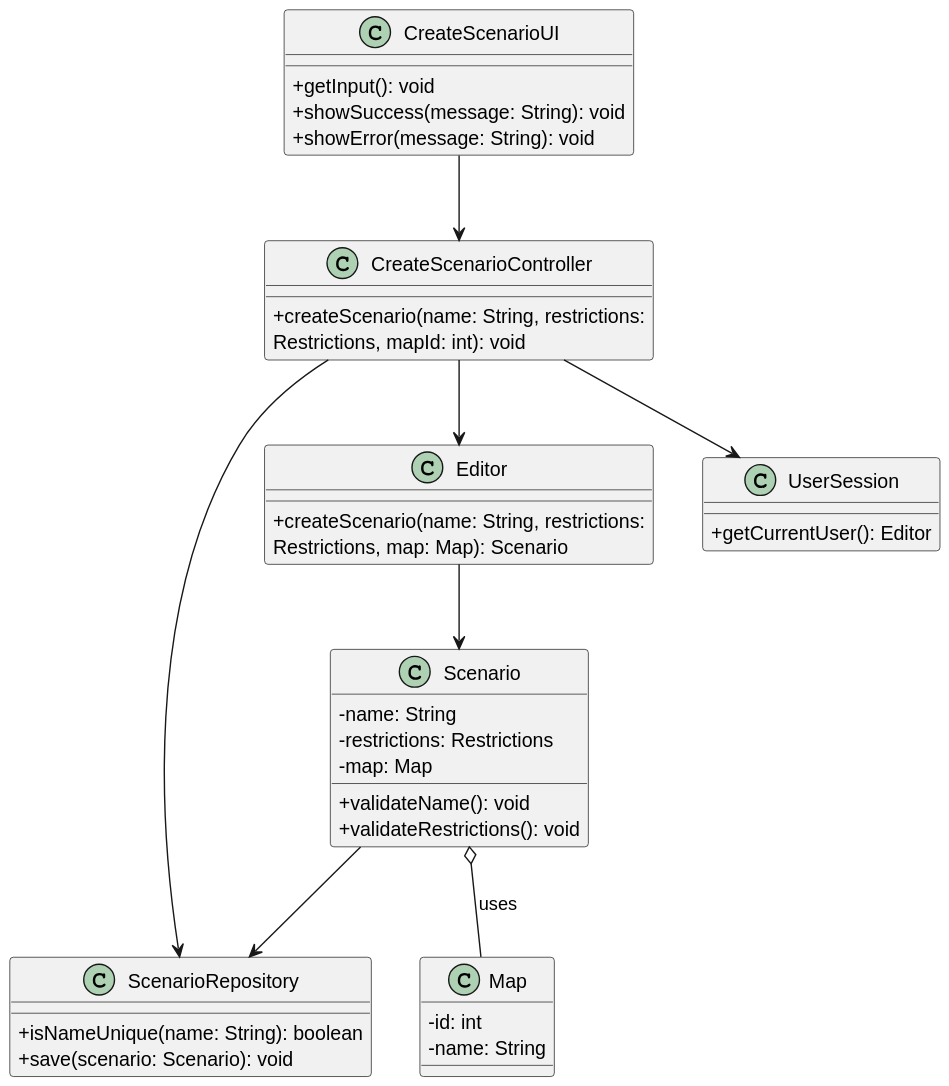
Earlier version of the PlantUML export docs/sprint2/us004/03.design/svg/us004-class-diagram.svg (ivasduarte/all-aboard).
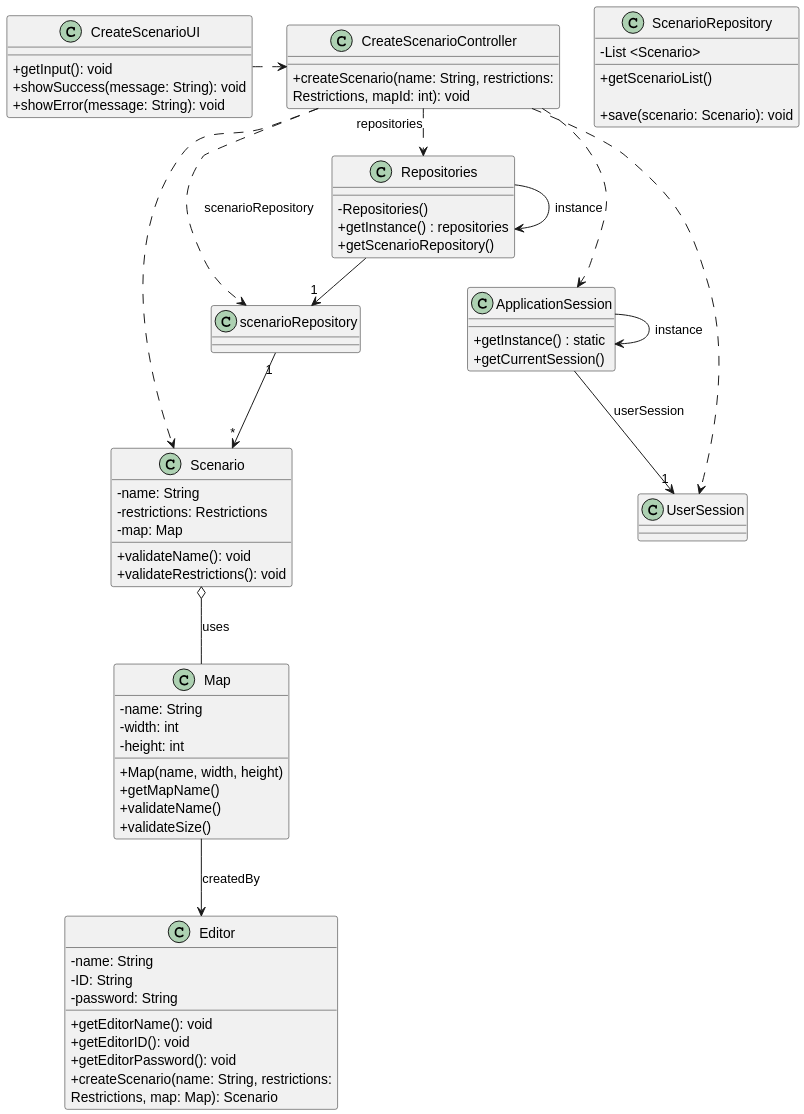
After the commit.

Commit message:
US004(docs): complete redo of class diagram + svg

What changed in the source:
```diff
@@ -12,12 +12,20 @@
 }
 
 class ScenarioRepository {
-  +isNameUnique(name: String): boolean
-  +save(scenario: Scenario): void
+    -List <Scenario>
+    +getScenarioList()
+
+    +save(scenario: Scenario): void
 }
 
 class Editor {
-  +createScenario(name: String, restrictions:\nRestrictions, map: Map): Scenario
+    -name: String
+    -ID: String
+    -password: String
+    +getEditorName(): void
+    +getEditorID(): void
+    +getEditorPassword(): void
+    +createScenario(name: String, restrictions:\nRestrictions, map: Map): Scenario
 }
 
 class Scenario {
@@ -30,19 +38,46 @@
 }
 
 class Map {
-  -id: int
-  -name: String
+    -name: String
+    -width: int
+    -height: int
+    +Map(name, width, height)
+    +getMapName()
+    +validateName()
+    +validateSize()
 }
 
-class UserSession {
-  +getCurrentUser(): Editor
+class Repositories {
+    -Repositories()
+    +getInstance() : repositories
+    +getScenarioRepository()
 }
 
-CreateScenarioUI --> CreateScenarioController
-CreateScenarioController --> UserSession
-CreateScenarioController --> ScenarioRepository
-CreateScenarioController --> Editor
-Editor --> Scenario
-Scenario --> ScenarioRepository
+class ApplicationSession {
+    +getInstance() : static
+    +getCurrentSession()
+}
+
+class UserSession {}
+
+
+Repositories -> Repositories : instance
+ApplicationSession -> ApplicationSession : instance
+
+CreateScenarioUI .> CreateScenarioController
+CreateScenarioController .> Repositories : repositories
+
+Repositories -> "1" scenarioRepository
+CreateScenarioController ..> Scenario
+CreateScenarioController ..> scenarioRepository : scenarioRepository
+
+ApplicationSession --> "1" UserSession : userSession
+
+CreateScenarioController ..> ApplicationSession
+CreateScenarioController ..> UserSession
+
+scenarioRepository "1" --> "*" Scenario
 Scenario o-- Map : uses
+
+Map --> Editor : createdBy
 @enduml
```
